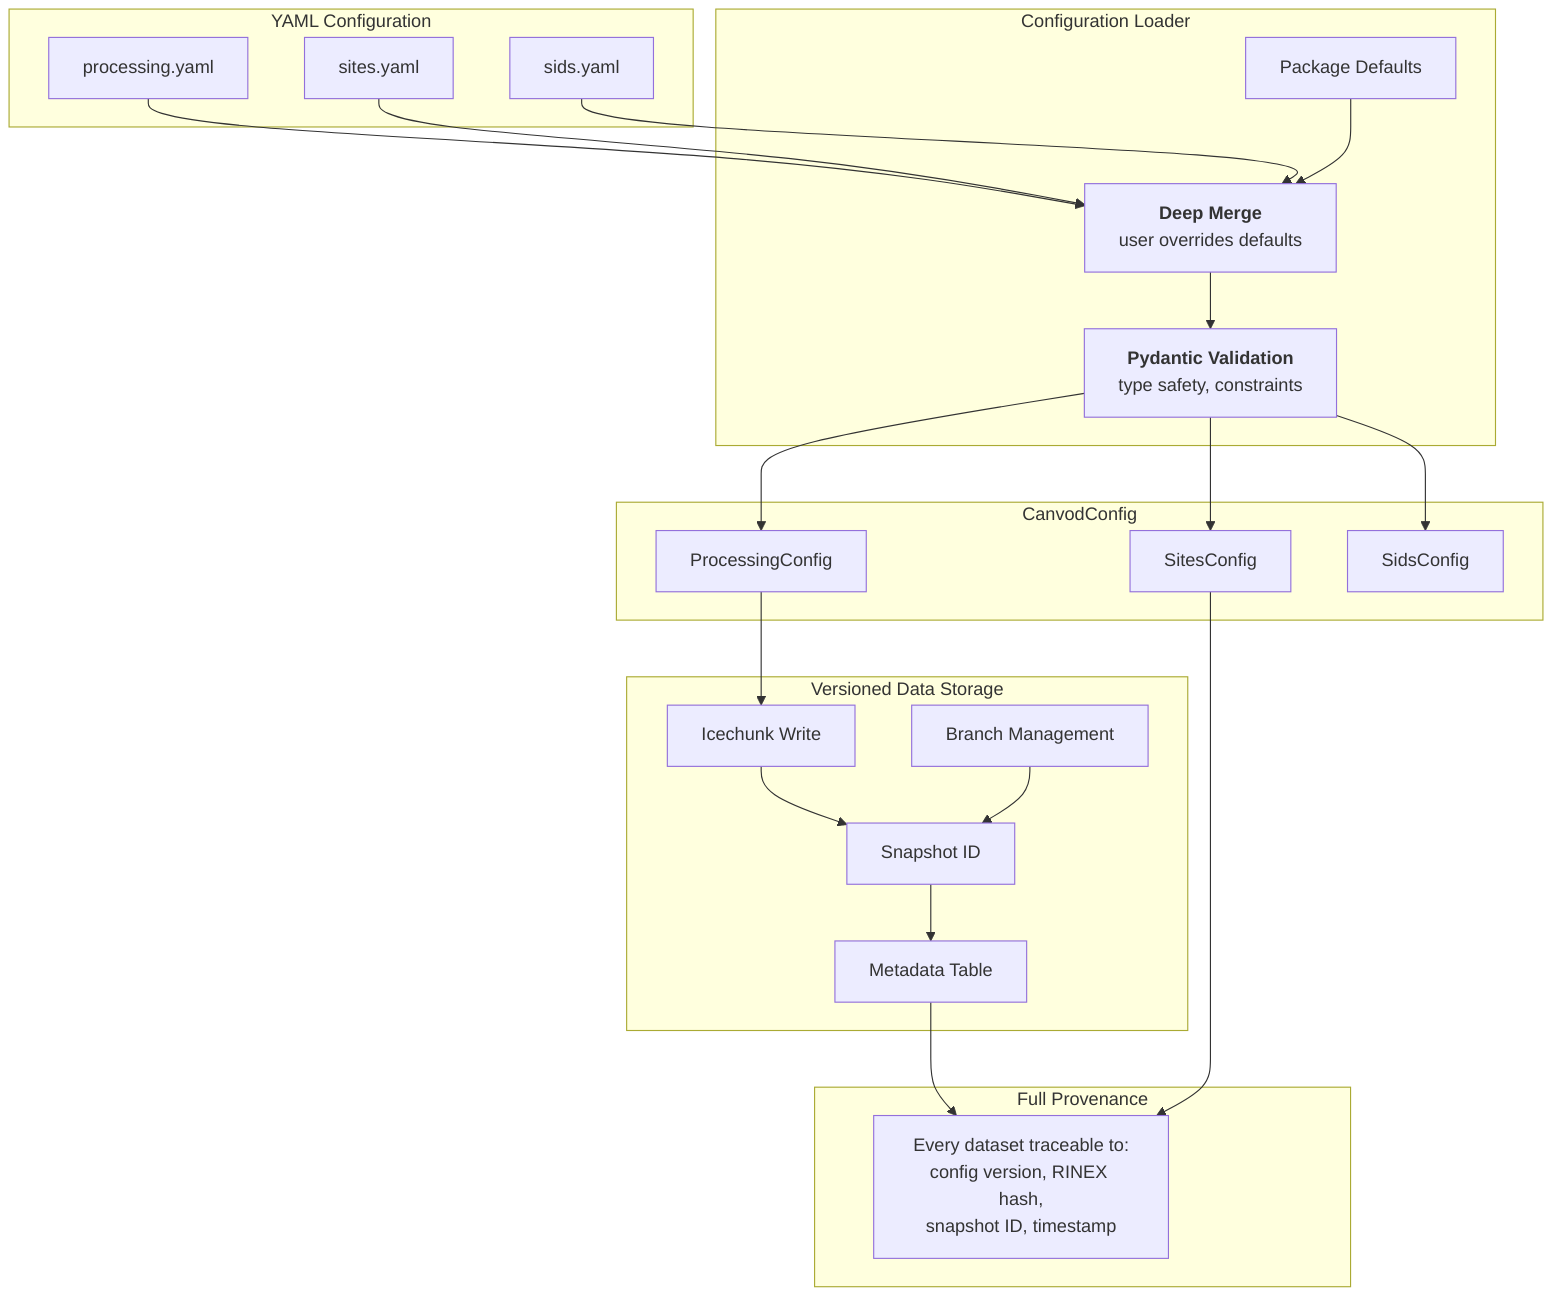
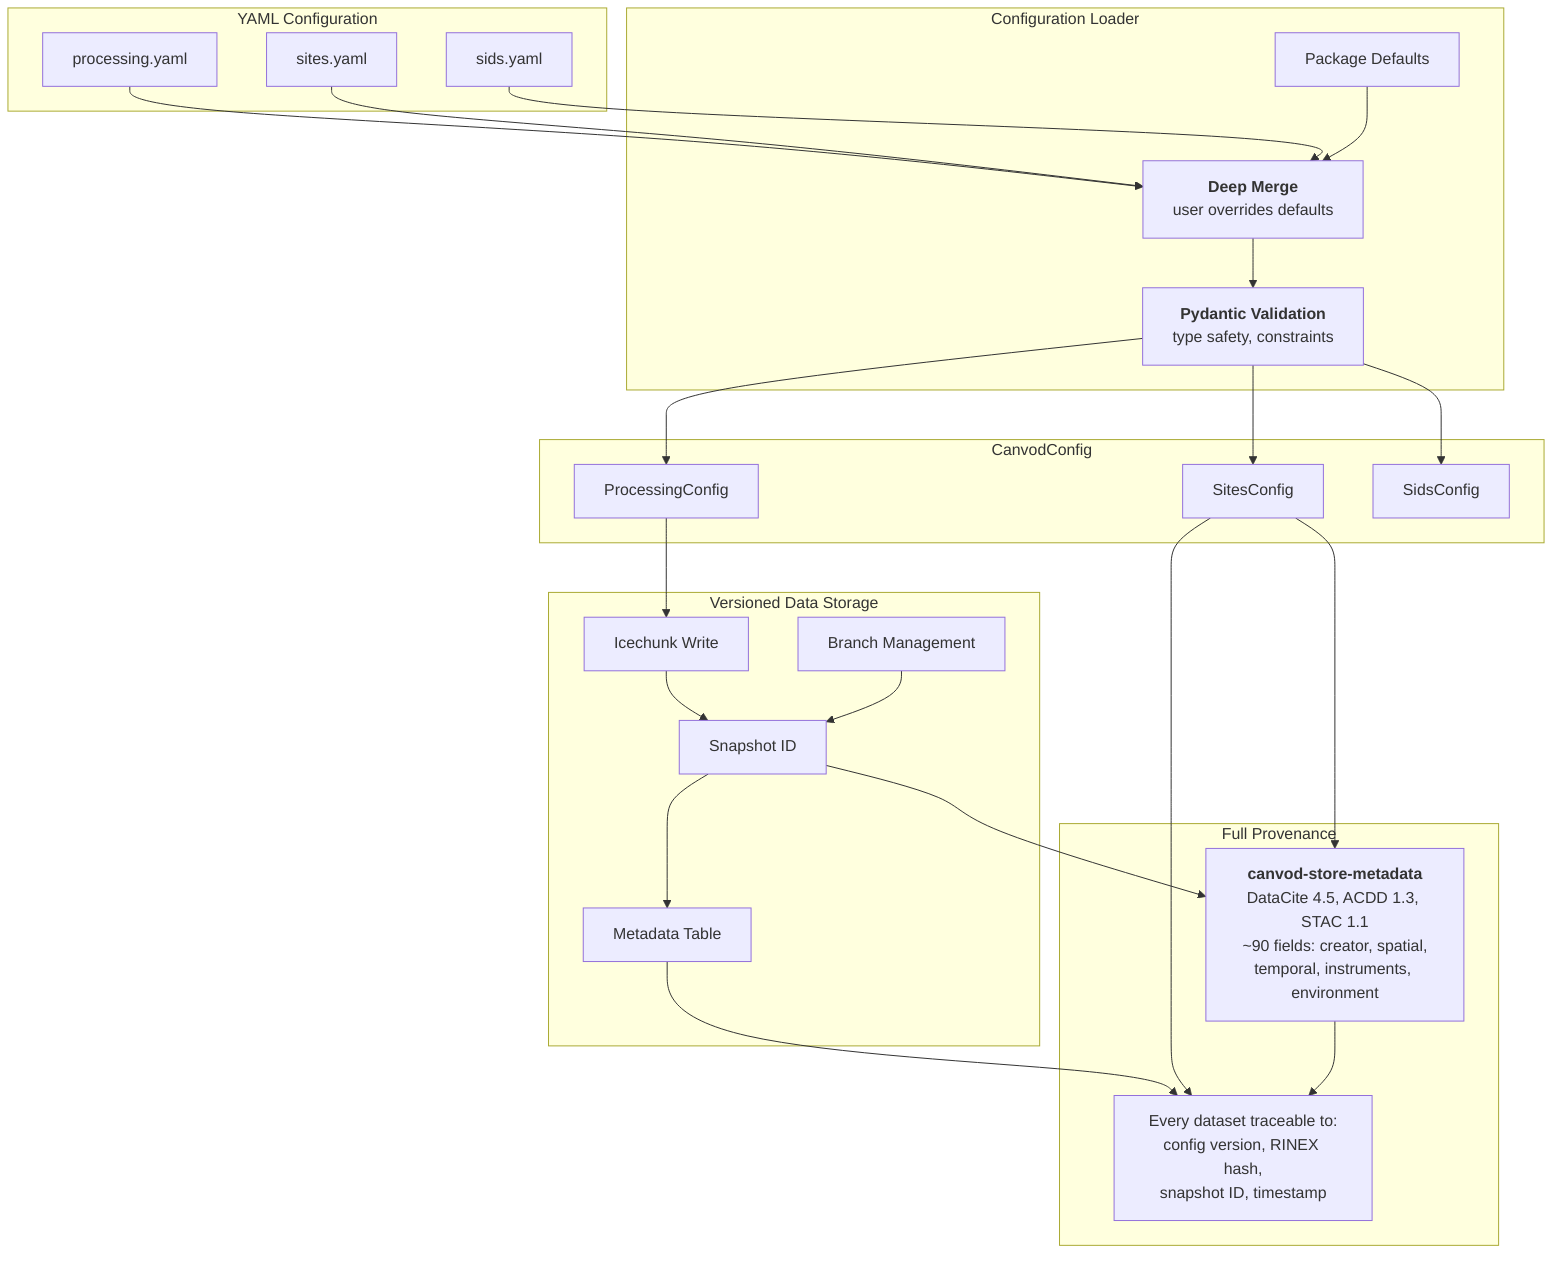
flowchart TD
    subgraph CONFIG["YAML Configuration"]
        PROC["processing.yaml"]
        SITES["sites.yaml"]
        SIDS["sids.yaml"]
    end

    subgraph LOADER["Configuration Loader"]
        DEFAULTS["Package Defaults"]
        MERGE["`**Deep Merge**
        user overrides defaults`"]
        PYDANTIC["`**Pydantic Validation**
        type safety, constraints`"]
    end

    subgraph VALIDATED["CanvodConfig"]
        PC["ProcessingConfig"]
        SC["SitesConfig"]
        SIC["SidsConfig"]
    end

    subgraph VERSIONED["Versioned Data Storage"]
        IC_WRITE["Icechunk Write"]
        SNAPSHOT["Snapshot ID"]
        BRANCH["Branch Management"]
        METADATA["Metadata Table"]
    end

    subgraph PROVENANCE["Full Provenance"]
+         STORE_META["`**canvod-store-metadata**
+         DataCite 4.5, ACDD 1.3, STAC 1.1
+         ~90 fields: creator, spatial,
+         temporal, instruments, environment`"]
        TRACE["`Every dataset traceable to:
        config version, RINEX hash,
        snapshot ID, timestamp`"]
    end

    PROC --> MERGE
    SITES --> MERGE
    SIDS --> MERGE
    DEFAULTS --> MERGE
    MERGE --> PYDANTIC
    PYDANTIC --> PC
    PYDANTIC --> SC
    PYDANTIC --> SIC

    PC --> IC_WRITE
    IC_WRITE --> SNAPSHOT
    SNAPSHOT --> METADATA
    BRANCH --> SNAPSHOT
    METADATA --> TRACE
    SC --> TRACE
+     SC --> STORE_META
+     SNAPSHOT --> STORE_META
+     STORE_META --> TRACE
